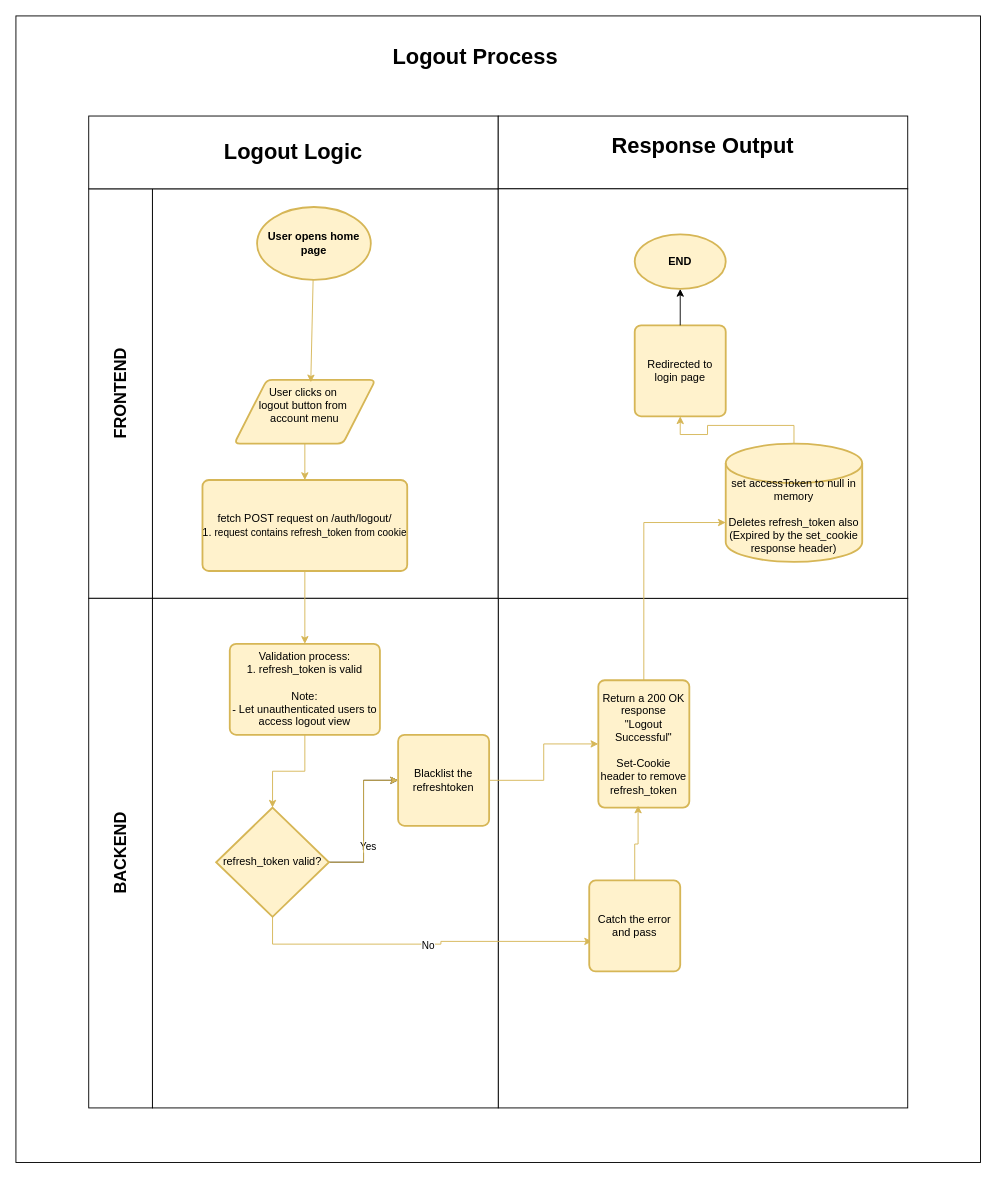
This is page "auth_logout-process" (3 of 5) of E-Commerce Process Flow.drawio from RHILIUS/drawio, a draw.io file, before an edit. Source tidied: cells renumbered, new cells numbered last; positions are measured from the earlier drawing's top-left corner, leaving out a move shared by most shapes. Both pictures are drawn from the tidied source at 91%, with x=0, y=0 at pixel (15, 15).
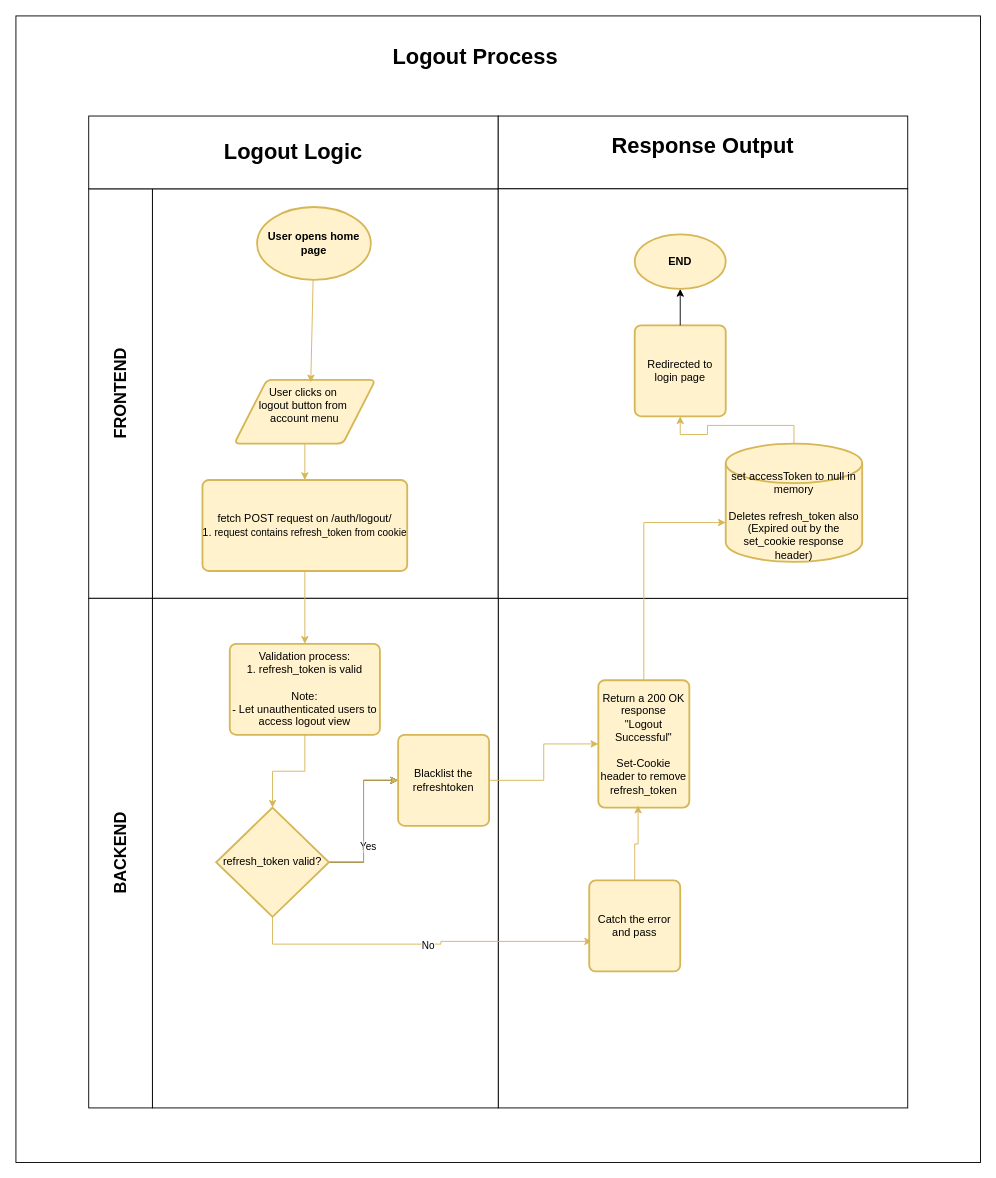
The same page after the edit.

What changed in the source:
```diff
@@
-    <mxCell id="34" value="&lt;div&gt;&lt;br&gt;&lt;/div&gt;&lt;div&gt;&lt;br&gt;&lt;/div&gt;set accessToken to null in memory&lt;br&gt;&lt;div&gt;&lt;br&gt;&lt;/div&gt;&lt;div&gt;Deletes refresh_token also (Expired by the set_cookie response header)&lt;/div&gt;" style="strokeWidth=2;html=1;shape=mxgraph.flowchart.database;whiteSpace=wrap;fillColor=#fff2cc;strokeColor=#d6b656;" parent="1" vertex="1">
+    <mxCell id="34" value="&lt;div&gt;&lt;br&gt;&lt;/div&gt;&lt;div&gt;&lt;br&gt;&lt;/div&gt;set accessToken to null in memory&lt;br&gt;&lt;div&gt;&lt;br&gt;&lt;/div&gt;&lt;div&gt;Deletes refresh_token also (Expired out by the set_cookie response header)&lt;/div&gt;" style="strokeWidth=2;html=1;shape=mxgraph.flowchart.database;whiteSpace=wrap;fillColor=#fff2cc;strokeColor=#d6b656;" parent="1" vertex="1">
       <mxGeometry x="780" y="470" width="150" height="130" as="geometry" />
     </mxCell>
```
